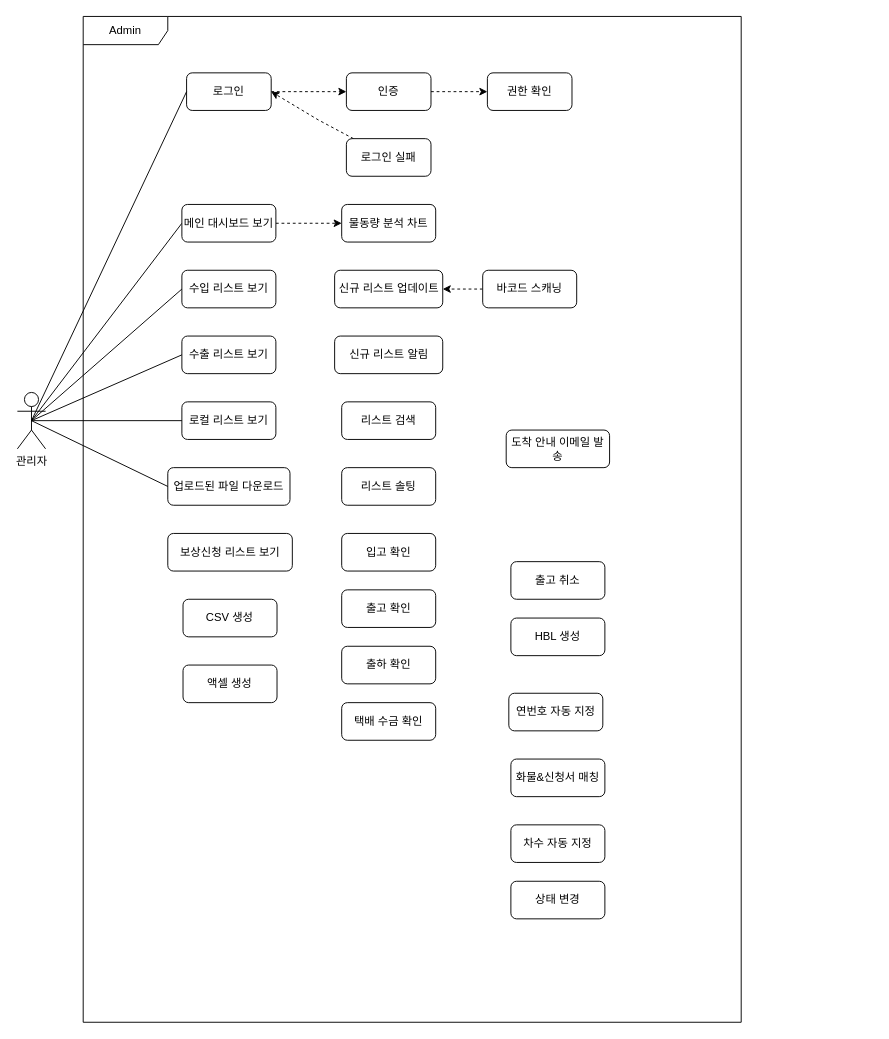
Above: documents/UseCaseDiagram.drawio in cjungwo/ExpressSiteDemo (draw.io), before the change. Source tidied: cells renumbered, new cells numbered last; positions are measured from the earlier drawing's top-left corner, leaving out a move shared by most shapes. Both pictures are drawn from the tidied source at 94%, with x=0, y=0 at pixel (17, 16).
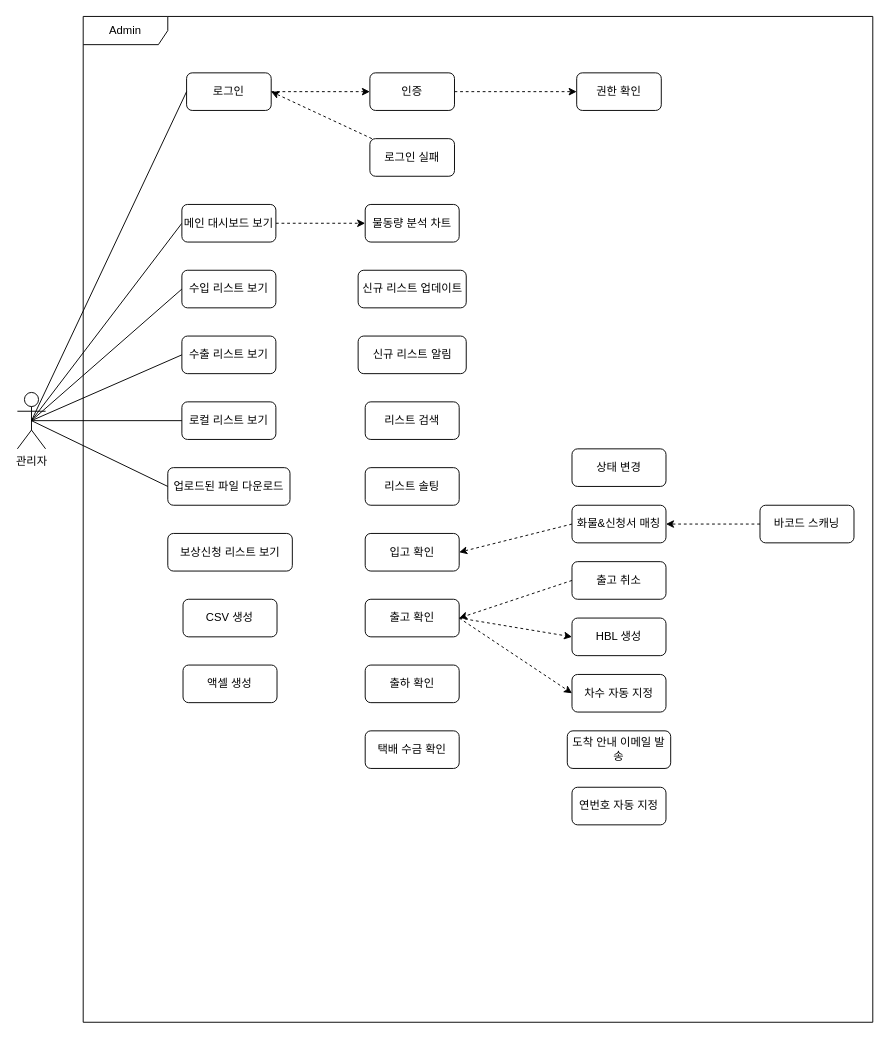
The same diagram, later.

The edit, as a diff of the source:
```diff
@@
     <mxCell id="3" value="Admin" style="shape=umlFrame;whiteSpace=wrap;html=1;width=90;height=30;" parent="1" vertex="1">
-      <mxGeometry x="70" width="700" height="1070" as="geometry" />
+      <mxGeometry x="70" width="840" height="1070" as="geometry" />
     </mxCell>
@@
     <mxCell id="6" style="rounded=0;jettySize=auto;html=1;dashed=1;" parent="1" edge="1" source="7">
       <mxGeometry relative="1" as="geometry">
         <mxPoint x="270" y="80" as="targetPoint" />
-        <Array as="points">
-          <mxPoint x="320" y="110" />
-        </Array>
       </mxGeometry>
     </mxCell>
     <mxCell id="7" value="로그인 실패" style="rounded=1;whiteSpace=wrap;html=1;" parent="1" vertex="1">
-      <mxGeometry x="350" y="130" width="90" height="40" as="geometry" />
+      <mxGeometry x="375" y="130" width="90" height="40" as="geometry" />
     </mxCell>
@@
     <mxCell id="9" value="인증" style="rounded=1;whiteSpace=wrap;html=1;" parent="1" vertex="1">
-      <mxGeometry x="350" y="60" width="90" height="40" as="geometry" />
+      <mxGeometry x="375" y="60" width="90" height="40" as="geometry" />
     </mxCell>
@@
     <mxCell id="14" value="권한 확인" style="rounded=1;whiteSpace=wrap;html=1;" parent="1" vertex="1">
-      <mxGeometry x="500" y="60" width="90" height="40" as="geometry" />
+      <mxGeometry x="595" y="60" width="90" height="40" as="geometry" />
     </mxCell>
     <mxCell id="15" value="물동량 분석 차트" style="rounded=1;whiteSpace=wrap;html=1;" parent="1" vertex="1">
-      <mxGeometry x="345" y="200" width="100" height="40" as="geometry" />
+      <mxGeometry x="370" y="200" width="100" height="40" as="geometry" />
     </mxCell>
@@
     <mxCell id="22" value="신규 리스트 업데이트" style="rounded=1;whiteSpace=wrap;html=1;" parent="1" vertex="1">
-      <mxGeometry x="337.5" y="270" width="115" height="40" as="geometry" />
+      <mxGeometry x="362.5" y="270" width="115" height="40" as="geometry" />
     </mxCell>
     <mxCell id="23" value="신규 리스트 알림" style="rounded=1;whiteSpace=wrap;html=1;" parent="1" vertex="1">
-      <mxGeometry x="337.5" y="340" width="115" height="40" as="geometry" />
+      <mxGeometry x="362.5" y="340" width="115" height="40" as="geometry" />
     </mxCell>
     <mxCell id="24" value="리스트 검색" style="rounded=1;whiteSpace=wrap;html=1;" parent="1" vertex="1">
-      <mxGeometry x="345" y="410" width="100" height="40" as="geometry" />
+      <mxGeometry x="370" y="410" width="100" height="40" as="geometry" />
     </mxCell>
     <mxCell id="25" value="리스트 솔팅" style="rounded=1;whiteSpace=wrap;html=1;" parent="1" vertex="1">
-      <mxGeometry x="345" y="480" width="100" height="40" as="geometry" />
+      <mxGeometry x="370" y="480" width="100" height="40" as="geometry" />
     </mxCell>
-    <mxCell id="26" style="edgeStyle=orthogonalEdgeStyle;rounded=0;jettySize=auto;html=1;entryX=1;entryY=0.5;entryDx=0;entryDy=0;exitX=0;exitY=0.5;exitDx=0;exitDy=0;dashed=1;" parent="1" edge="1" source="27" target="22">
-      <mxGeometry relative="1" as="geometry" />
-    </mxCell>
+    <mxCell id="45" style="edgeStyle=none;rounded=0;jettySize=auto;html=1;exitX=0;exitY=0.5;exitDx=0;exitDy=0;entryX=1;entryY=0.5;entryDx=0;entryDy=0;dashed=1;" parent="1" edge="1" source="27" target="29">
+      <mxGeometry relative="1" as="geometry" />
+    </mxCell>
     <mxCell id="27" value="바코드 스캐닝" style="rounded=1;whiteSpace=wrap;html=1;" parent="1" vertex="1">
-      <mxGeometry x="495" y="270" width="100" height="40" as="geometry" />
+      <mxGeometry x="790" y="520" width="100" height="40" as="geometry" />
     </mxCell>
     <mxCell id="28" value="입고 확인" style="rounded=1;whiteSpace=wrap;html=1;" parent="1" vertex="1">
-      <mxGeometry x="345" y="550" width="100" height="40" as="geometry" />
+      <mxGeometry x="370" y="550" width="100" height="40" as="geometry" />
     </mxCell>
+    <mxCell id="46" style="edgeStyle=none;rounded=0;jettySize=auto;html=1;exitX=0;exitY=0.5;exitDx=0;exitDy=0;entryX=1;entryY=0.5;entryDx=0;entryDy=0;dashed=1;" parent="1" edge="1" source="29" target="28">
+      <mxGeometry relative="1" as="geometry" />
+    </mxCell>
     <mxCell id="29" value="화물&amp;amp;신청서 매칭" style="rounded=1;whiteSpace=wrap;html=1;" parent="1" vertex="1">
-      <mxGeometry x="525" y="790" width="100" height="40" as="geometry" />
+      <mxGeometry x="590" y="520" width="100" height="40" as="geometry" />
     </mxCell>
+    <mxCell id="47" style="edgeStyle=none;rounded=0;jettySize=auto;html=1;exitX=1;exitY=0.5;exitDx=0;exitDy=0;entryX=0;entryY=0.5;entryDx=0;entryDy=0;dashed=1;" parent="1" edge="1" source="30" target="40">
+      <mxGeometry relative="1" as="geometry" />
+    </mxCell>
+    <mxCell id="48" style="edgeStyle=none;rounded=0;jettySize=auto;html=1;exitX=1;exitY=0.5;exitDx=0;exitDy=0;entryX=0;entryY=0.5;entryDx=0;entryDy=0;dashed=1;" parent="1" edge="1" source="30" target="37">
+      <mxGeometry relative="1" as="geometry" />
+    </mxCell>
     <mxCell id="30" value="출고 확인" style="rounded=1;whiteSpace=wrap;html=1;" parent="1" vertex="1">
-      <mxGeometry x="345" y="610" width="100" height="40" as="geometry" />
+      <mxGeometry x="370" y="620" width="100" height="40" as="geometry" />
     </mxCell>
     <mxCell id="31" value="도착 안내 이메일 발송" style="rounded=1;whiteSpace=wrap;html=1;" parent="1" vertex="1">
-      <mxGeometry x="520" y="440" width="110" height="40" as="geometry" />
+      <mxGeometry x="585" y="760" width="110" height="40" as="geometry" />
     </mxCell>
+    <mxCell id="49" style="rounded=0;jettySize=auto;html=1;entryX=1;entryY=0.5;entryDx=0;entryDy=0;exitX=0;exitY=0.5;exitDx=0;exitDy=0;dashed=1;" parent="1" edge="1" source="32" target="30">
+      <mxGeometry relative="1" as="geometry">
+        <Array as="points">
+          <mxPoint x="530" y="620" />
+        </Array>
+      </mxGeometry>
+    </mxCell>
     <mxCell id="32" value="출고 취소" style="rounded=1;whiteSpace=wrap;html=1;" parent="1" vertex="1">
-      <mxGeometry x="525" y="580" width="100" height="40" as="geometry" />
+      <mxGeometry x="590" y="580" width="100" height="40" as="geometry" />
     </mxCell>
     <mxCell id="33" value="출하 확인" style="rounded=1;whiteSpace=wrap;html=1;" parent="1" vertex="1">
-      <mxGeometry x="345" y="670" width="100" height="40" as="geometry" />
+      <mxGeometry x="370" y="690" width="100" height="40" as="geometry" />
     </mxCell>
     <mxCell id="34" value="택배 수금 확인" style="rounded=1;whiteSpace=wrap;html=1;" parent="1" vertex="1">
-      <mxGeometry x="345" y="730" width="100" height="40" as="geometry" />
+      <mxGeometry x="370" y="760" width="100" height="40" as="geometry" />
     </mxCell>
@@
     <mxCell id="37" value="차수 자동 지정" style="rounded=1;whiteSpace=wrap;html=1;" parent="1" vertex="1">
-      <mxGeometry x="525" y="860" width="100" height="40" as="geometry" />
+      <mxGeometry x="590" y="700" width="100" height="40" as="geometry" />
     </mxCell>
     <mxCell id="38" value="연번호 자동 지정" style="rounded=1;whiteSpace=wrap;html=1;" parent="1" vertex="1">
-      <mxGeometry x="522.8" y="720" width="100" height="40" as="geometry" />
+      <mxGeometry x="590" y="820" width="100" height="40" as="geometry" />
     </mxCell>
     <mxCell id="39" value="상태 변경" style="rounded=1;whiteSpace=wrap;html=1;" parent="1" vertex="1">
-      <mxGeometry x="525" y="920" width="100" height="40" as="geometry" />
+      <mxGeometry x="590" y="460" width="100" height="40" as="geometry" />
     </mxCell>
     <mxCell id="40" value="HBL 생성" style="rounded=1;whiteSpace=wrap;html=1;" parent="1" vertex="1">
-      <mxGeometry x="525" y="640" width="100" height="40" as="geometry" />
+      <mxGeometry x="590" y="640" width="100" height="40" as="geometry" />
     </mxCell>
```
